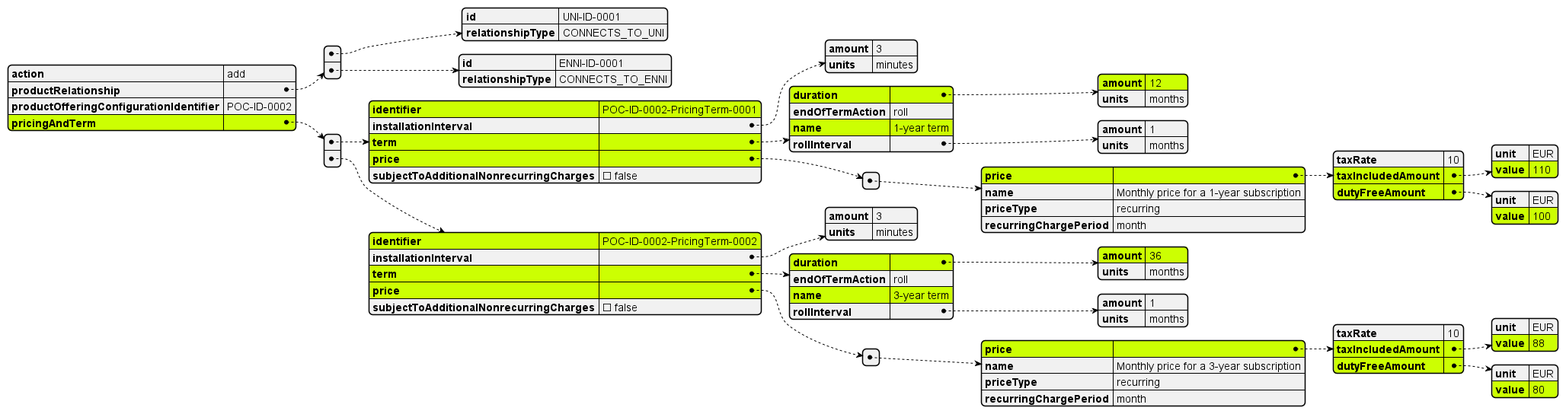
Before: documentation/productApi/availabilityAndPricingDiscovery/media/uc2response.png, a diagram exported from PlantUML (MEF-GIT/MEF-LSO-Sonata-SDK).
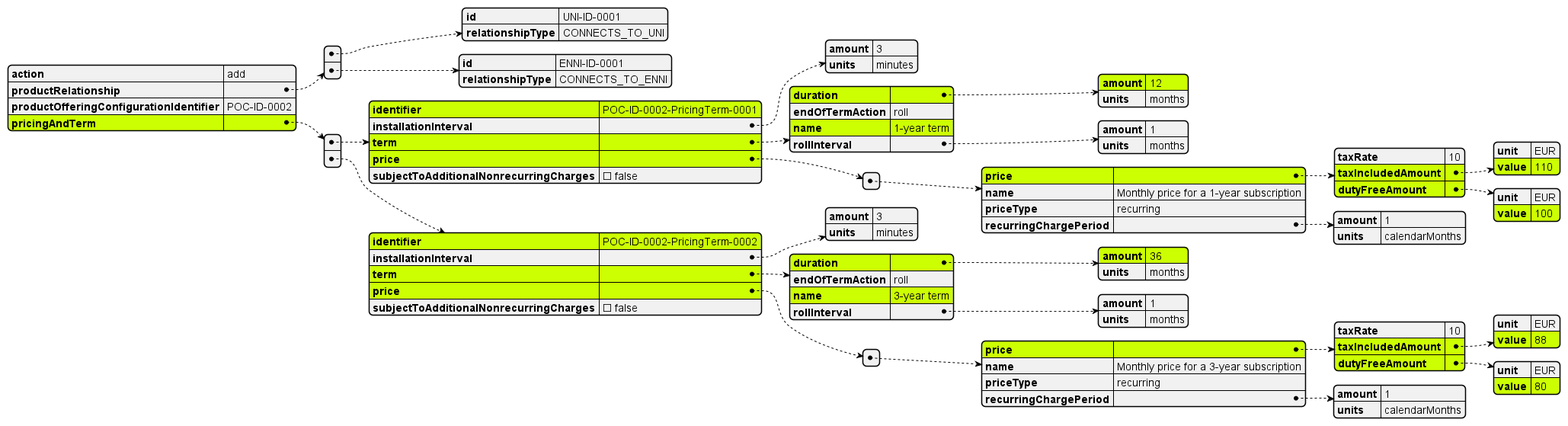
The same file after the commit.

Change to the diagram source:
```diff
@@ -78,7 +78,10 @@
           },
           "name": "Monthly price for a 1-year subscription",
           "priceType": "recurring",
-          "recurringChargePeriod": "month"
+          "recurringChargePeriod": {
+            "amount": 1,
+            "units": "calendarMonths"
+          }
         }
       ],
       "subjectToAdditionalNonrecurringCharges": false
@@ -116,7 +119,10 @@
           },
           "name": "Monthly price for a 3-year subscription",
           "priceType": "recurring",
-          "recurringChargePeriod": "month"
+          "recurringChargePeriod": {
+            "amount": 1,
+            "units": "calendarMonths"
+          }
         }
       ],
       "subjectToAdditionalNonrecurringCharges": false
```
